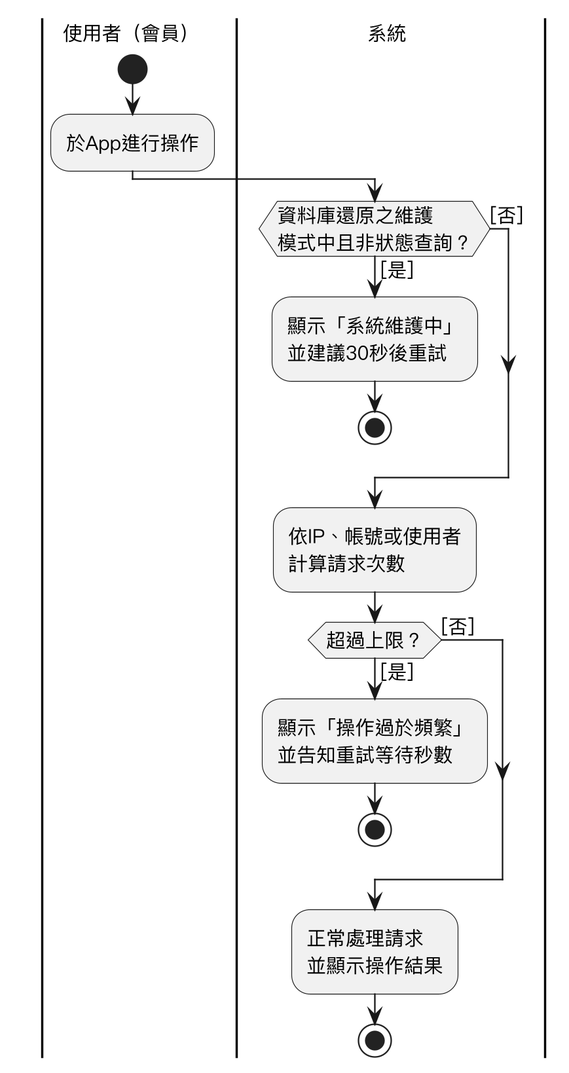
Above: Diagrams/Activity diagram/v3/uc25.png in SaveMyBook/SaveMyBook (PlantUML), before the change. Source of this version:
```plantuml
@startuml
skinparam monochrome true
skinparam shadowing false
skinparam dpi 220
skinparam defaultFontName "PingFang TC"
skinparam defaultFontSize 13
skinparam swimlaneWidth same
|使用者（會員）|
start
:於App進行操作;
|系統|
if (資料庫還原之維護\n模式中且非狀態查詢？) then ([是])
  :顯示「系統維護中」\n並建議30秒後重試;
  stop
else ([否])
endif
:依IP、帳號或使用者\n計算請求次數;
if (超過上限？) then ([是])
  :顯示「操作過於頻繁」\n並告知重試等待秒數;
  stop
else ([否])
endif
:正常處理請求\n並顯示操作結果;
stop
@enduml
```
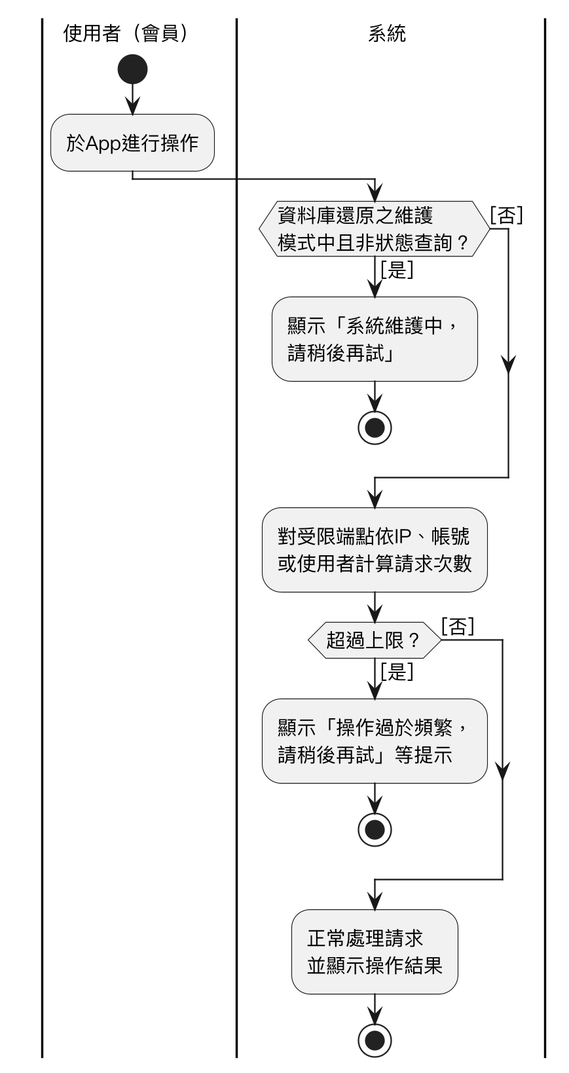
Above is the later version.

The edit, as a diff of the source:
```diff
@@ -10,13 +10,13 @@
 :於App進行操作;
 |系統|
 if (資料庫還原之維護\n模式中且非狀態查詢？) then ([是])
-  :顯示「系統維護中」\n並建議30秒後重試;
+  :顯示「系統維護中，\n請稍後再試」;
   stop
 else ([否])
 endif
-:依IP、帳號或使用者\n計算請求次數;
+:對受限端點依IP、帳號\n或使用者計算請求次數;
 if (超過上限？) then ([是])
-  :顯示「操作過於頻繁」\n並告知重試等待秒數;
+  :顯示「操作過於頻繁，\n請稍後再試」等提示;
   stop
 else ([否])
 endif
```
